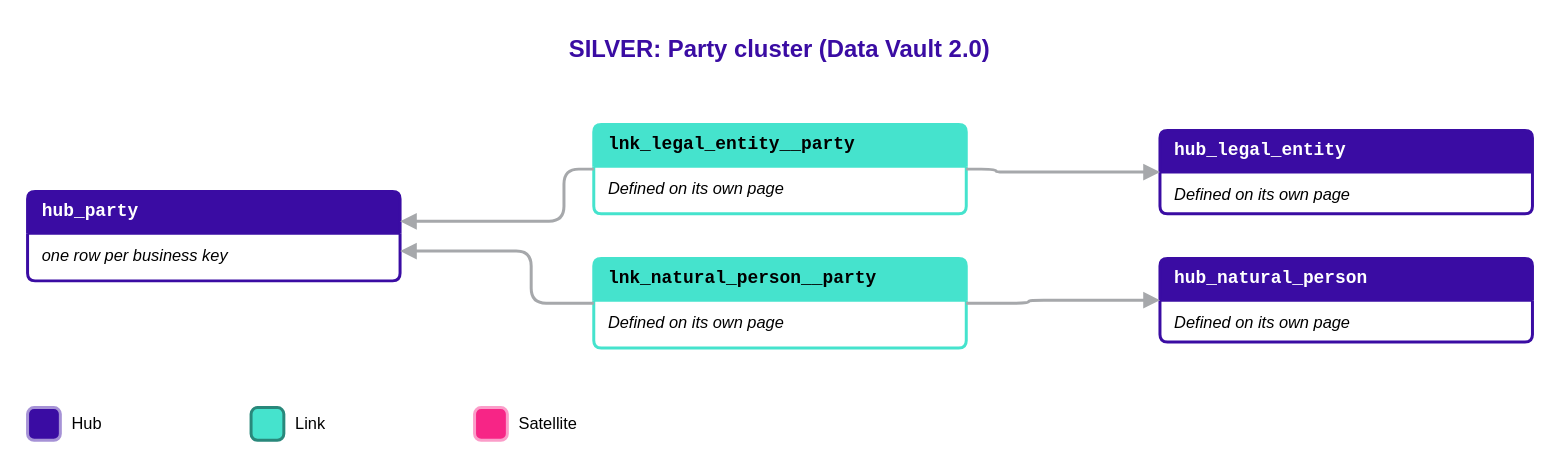
This is Rosetta/Business_Objects/drawio/Diagrams_Party_Simplified.drawio from luisruizML/documents, a draw.io file, before an edit. Source tidied: cells renumbered, new cells numbered last; positions are measured from the earlier drawing's top-left corner, leaving out a move shared by most shapes. Both pictures are drawn from the tidied source at 149%, with x=0, y=0 at pixel (27, 25).
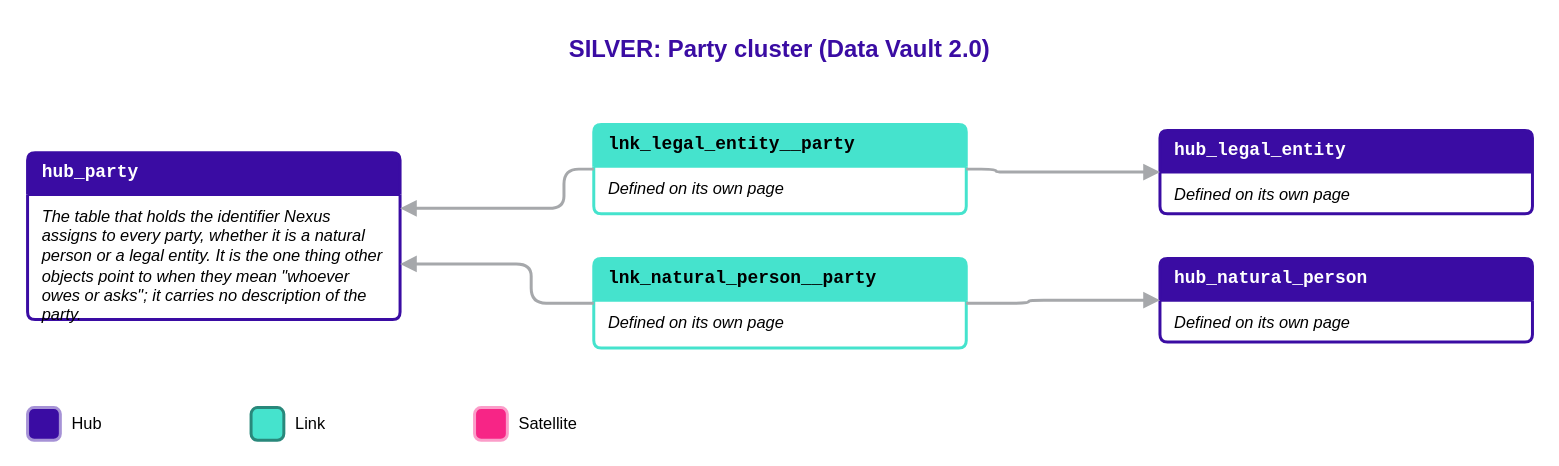
The same page after the edit.

The change refers to these unchanged cells:
```xml
<mxCell id="5" value="lnk_legal_entity__party" style="swimlane;html=1;whiteSpace=wrap;rounded=1;arcSize=6;startSize=28;fillColor=#45E3CD;swimlaneFillColor=#FFFFFF;strokeColor=#45E3CD;strokeWidth=2;fontFamily=Courier New;fontSize=12;fontStyle=1;fontColor=#000000;align=left;spacingLeft=8;" parent="1" vertex="1">
  <mxGeometry x="380" y="66" width="250" height="60" as="geometry" />
</mxCell>
<mxCell id="7" value="lnk_natural_person__party" style="swimlane;html=1;whiteSpace=wrap;rounded=1;arcSize=6;startSize=28;fillColor=#45E3CD;swimlaneFillColor=#FFFFFF;strokeColor=#45E3CD;strokeWidth=2;fontFamily=Courier New;fontSize=12;fontStyle=1;fontColor=#000000;align=left;spacingLeft=8;" parent="1" vertex="1">
  <mxGeometry x="380" y="156" width="250" height="60" as="geometry" />
</mxCell>
```

Diff of the diagram source:
```diff
@@
     <mxCell id="3" value="hub_party" style="swimlane;html=1;whiteSpace=wrap;rounded=1;arcSize=6;startSize=28;fillColor=#3A0CA3;swimlaneFillColor=#FFFFFF;strokeColor=#3A0CA3;strokeWidth=2;fontFamily=Courier New;fontSize=12;fontStyle=1;fontColor=#FFFFFF;align=left;spacingLeft=8;" parent="1" vertex="1">
-      <mxGeometry y="111" width="250" height="60" as="geometry" />
+      <mxGeometry y="85" width="250" height="112" as="geometry" />
     </mxCell>
-    <mxCell id="4" value="one row per business key" style="text;html=1;whiteSpace=wrap;align=left;verticalAlign=top;fontFamily=Arial;fontSize=11;fontStyle=2;fontColor=#000000;spacingLeft=8;spacingRight=8;" parent="3" vertex="1">
-      <mxGeometry y="30" width="250" height="20" as="geometry" />
+    <mxCell id="4" value="The table that holds the identifier Nexus assigns to every party, whether it is a natural person or a legal entity. It is the one thing other objects point to when they mean &quot;whoever owes or asks&quot;; it carries no description of the party." style="text;html=1;whiteSpace=wrap;align=left;verticalAlign=top;fontFamily=Arial;fontSize=11;fontStyle=2;fontColor=#000000;spacingLeft=8;spacingRight=8;" parent="3" vertex="1">
+      <mxGeometry y="30" width="250" height="76" as="geometry" />
     </mxCell>
@@
     <mxCell id="14" style="edgeStyle=orthogonalEdgeStyle;rounded=1;jumpStyle=arc;jumpSize=8;html=1;strokeColor=#A6A8AB;strokeWidth=2;endArrow=block;endFill=1;exitX=0;exitY=0.5;exitDx=0;exitDy=0;entryX=1;entryY=0.3333;entryDx=0;entryDy=0;labelBackgroundColor=#FFFFFF;fontFamily=Courier New;fontSize=11;fontColor=#000000;" parent="1" edge="1" source="5" target="3">
-      <mxGeometry x="-0.88" relative="1" as="geometry">
+      <mxGeometry x="-0.87" relative="1" as="geometry">
         <Array as="points">
           <mxPoint x="360" y="96" />
-          <mxPoint x="360" y="131" />
+          <mxPoint x="360" y="122.3" />
         </Array>
       </mxGeometry>
     </mxCell>
@@
     <mxCell id="16" style="edgeStyle=orthogonalEdgeStyle;rounded=1;jumpStyle=arc;jumpSize=8;html=1;strokeColor=#A6A8AB;strokeWidth=2;endArrow=block;endFill=1;exitX=0;exitY=0.5;exitDx=0;exitDy=0;entryX=1;entryY=0.6667;entryDx=0;entryDy=0;labelBackgroundColor=#FFFFFF;fontFamily=Courier New;fontSize=11;fontColor=#000000;" parent="1" edge="1" source="7" target="3">
-      <mxGeometry x="-0.88" relative="1" as="geometry">
+      <mxGeometry x="-0.87" relative="1" as="geometry">
         <Array as="points">
           <mxPoint x="338" y="186" />
-          <mxPoint x="338" y="151" />
+          <mxPoint x="338" y="159.7" />
         </Array>
       </mxGeometry>
     </mxCell>
```
